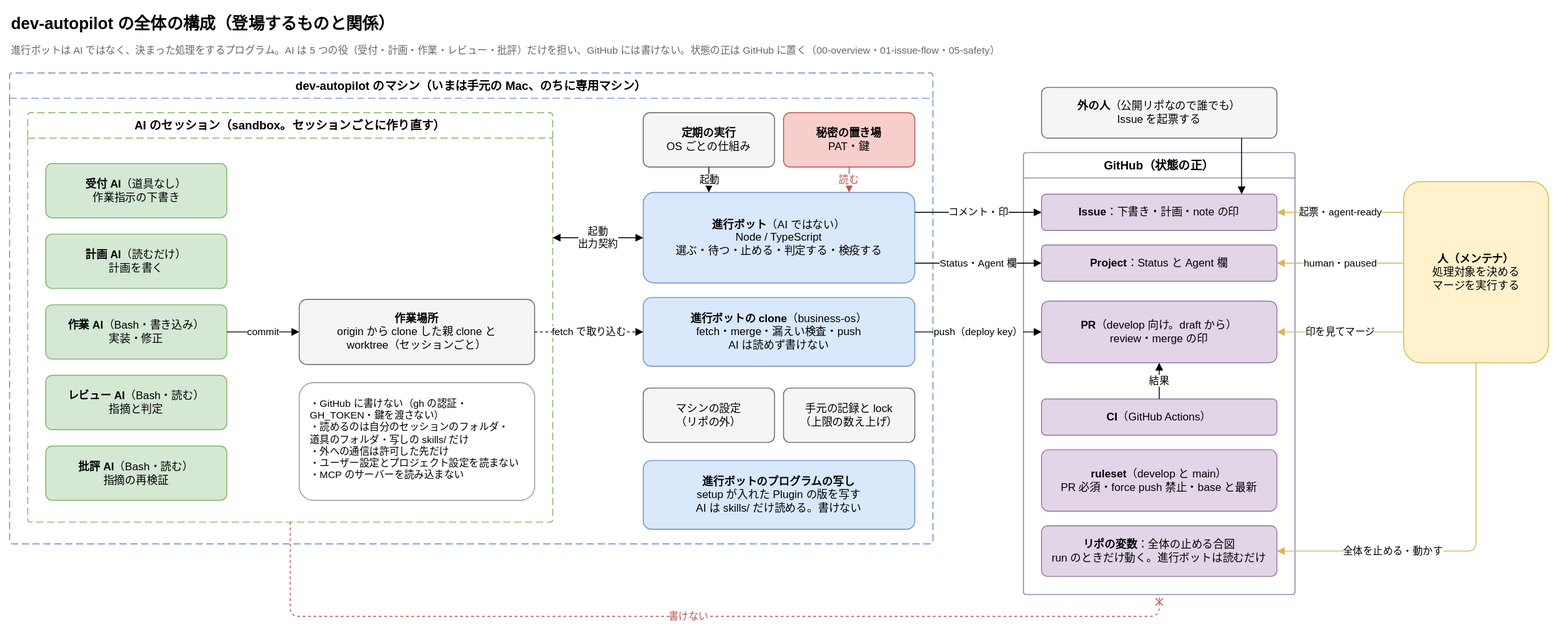
Before: docs/diagrams/overview.drawio.svg, a diagram exported from draw.io (Joymerrevent/dev-autopilot). Source tidied: cells renumbered, new cells last; positions are measured from the earlier drawing's top-left corner, leaving out a move shared by most shapes.
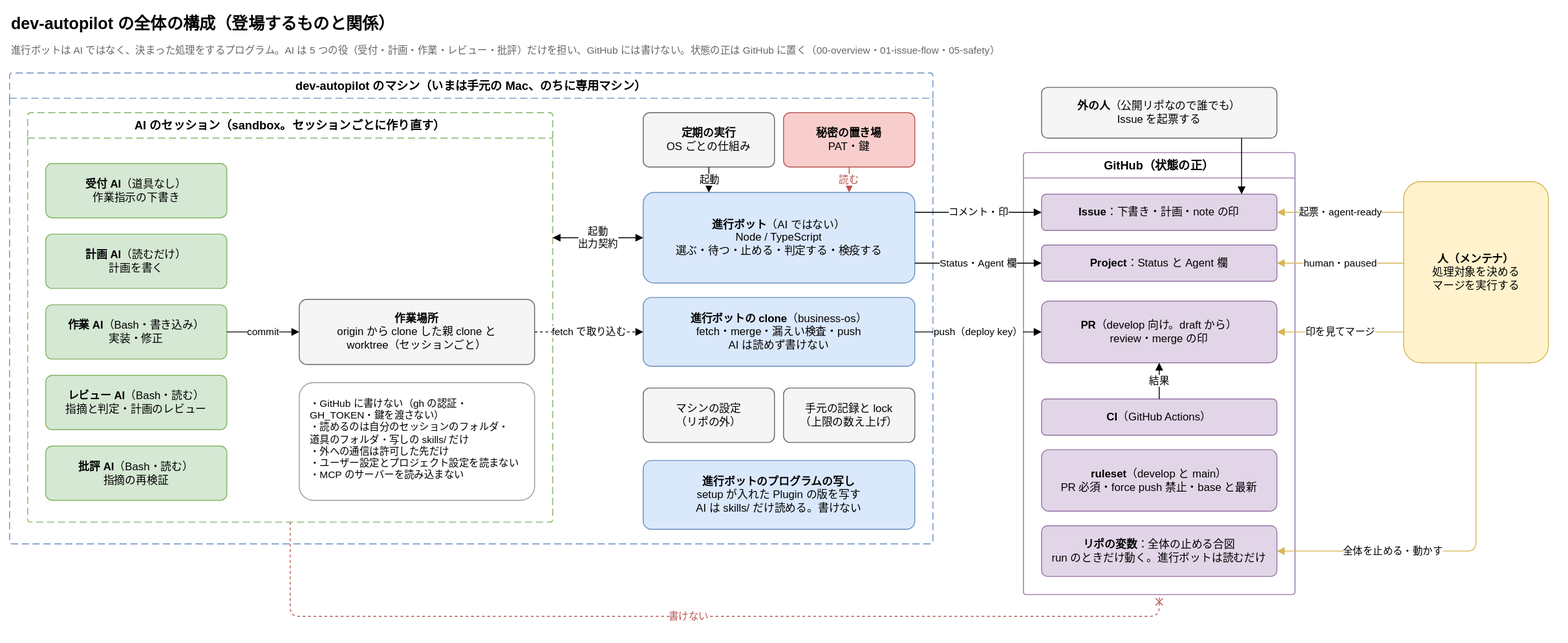
The same diagram one commit later.

Commit message:
docs: 全体の構成と流れの図に、レビュー AI による計画のレビューを足す

要件の直しに合わせて図を直す。

- Issue の流れ：AI の欄の計画の箱を「計画 AI → レビュー AI／計画を返す・計画をレビュー」に、
  人の欄を「計画をすべて読む（段階 5〜7。止められる）」にする
- 全体の構成：レビュー AI の箱に「計画のレビュー」を足す

Claude-Session: https://claude.ai/code/session_01D2kLkcEcZNwH8m2GL2g2Lt

Change to the diagram source:
```diff
@@ -23,7 +23,7 @@
     <mxCell id="8" value="&lt;b&gt;作業 AI&lt;/b&gt;（Bash・書き込み）&lt;br&gt;実装・修正" style="rounded=1;whiteSpace=wrap;html=1;fontSize=12;arcSize=12;fillColor=#d5e8d4;strokeColor=#82b366;spacing=12;" parent="5" vertex="1">
       <mxGeometry x="20" y="212" width="200" height="60" as="geometry" />
     </mxCell>
-    <mxCell id="9" value="&lt;b&gt;レビュー AI&lt;/b&gt;（Bash・読む）&lt;br&gt;指摘と判定" style="rounded=1;whiteSpace=wrap;html=1;fontSize=12;arcSize=12;fillColor=#d5e8d4;strokeColor=#82b366;spacing=12;" parent="5" vertex="1">
+    <mxCell id="9" value="&lt;b&gt;レビュー AI&lt;/b&gt;（Bash・読む）&lt;br&gt;指摘と判定・計画のレビュー" style="rounded=1;whiteSpace=wrap;html=1;fontSize=12;arcSize=12;fillColor=#d5e8d4;strokeColor=#82b366;spacing=12;" parent="5" vertex="1">
       <mxGeometry x="20" y="290" width="200" height="60" as="geometry" />
     </mxCell>
     <mxCell id="10" value="&lt;b&gt;批評 AI&lt;/b&gt;（Bash・読む）&lt;br&gt;指摘の再検証" style="rounded=1;whiteSpace=wrap;html=1;fontSize=12;arcSize=12;fillColor=#d5e8d4;strokeColor=#82b366;spacing=12;" parent="5" vertex="1">
```
